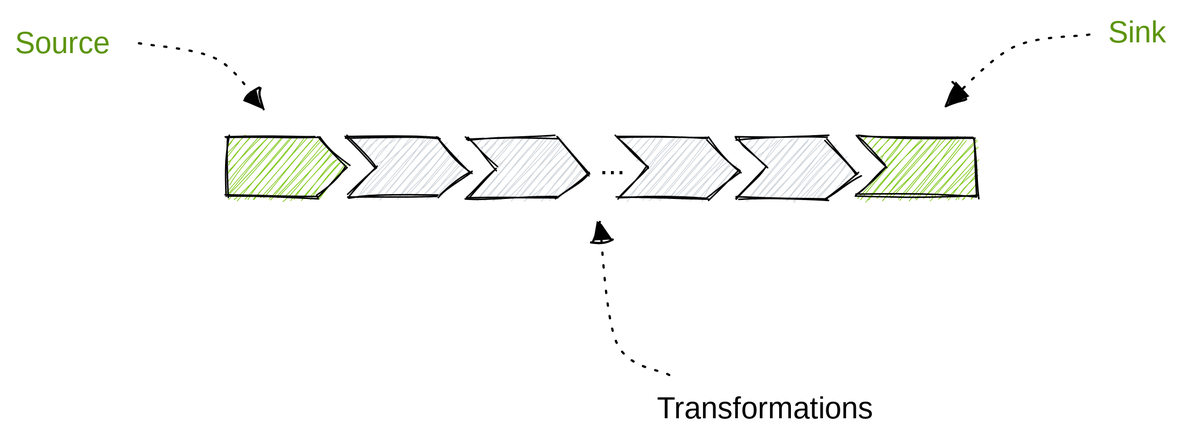
Before: web/docs/understand/language/pipeline-structure.excalidraw.svg, a diagram exported from Excalidraw (tenzir/tenzir). Source tidied: one line per element, renumbered; positions are measured from the earlier drawing's top-left corner, leaving out a move shared by most shapes.
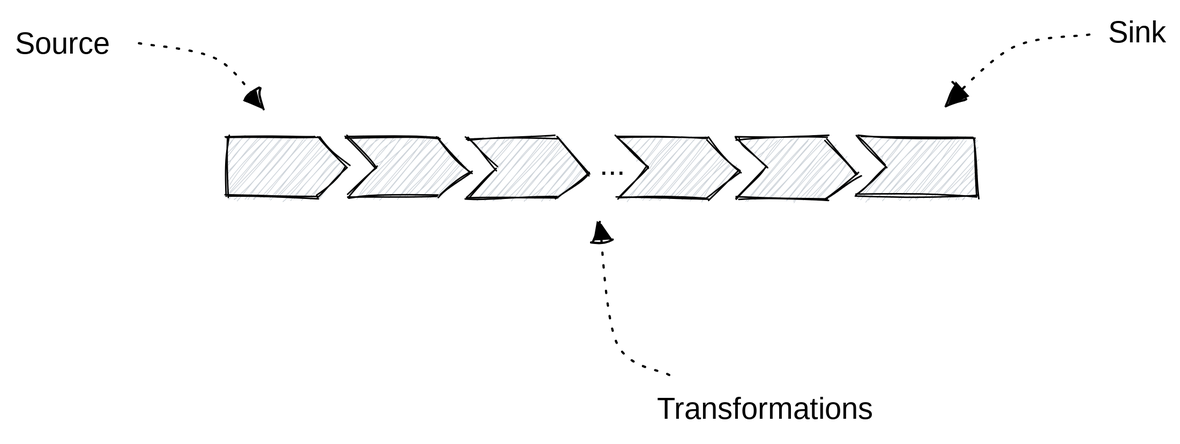
Later version of the same file.

The edit, as a diff of the source:
```diff
@@ -1,10 +1,10 @@
-{"id": 0, "type": "line", "strokeColor": "#000000", "backgroundColor": "#82c91e", "fillStyle": "hachure", "strokeWidth": 1, "roughness": 1, "x": 141, "y": 81, "width": 80, "height": 40, "points": [[0, 0], [0, 40], [60, 40], [80, 20], [60, 0], [0, 0]]}
+{"id": 0, "type": "line", "strokeColor": "#000000", "backgroundColor": "#ced4da", "fillStyle": "hachure", "strokeWidth": 1, "roughness": 1, "x": 141, "y": 81, "width": 80, "height": 40, "points": [[0, 0], [0, 40], [60, 40], [80, 20], [60, 0], [0, 0]]}
 {"id": 1, "type": "line", "strokeColor": "#000000", "backgroundColor": "#ced4da", "fillStyle": "hachure", "strokeWidth": 1, "roughness": 1, "x": 302, "y": 82, "width": 82, "height": 40, "points": [[0, 0], [20, 20], [0, 40], [60, 40], [82, 24], [60, 0], [0, 0]]}
 {"id": 2, "type": "line", "strokeColor": "#000000", "backgroundColor": "#ced4da", "fillStyle": "hachure", "strokeWidth": 1, "roughness": 1, "x": 401, "y": 82, "width": 82, "height": 40, "points": [[0, 0], [20, 20], [0, 40], [60, 40], [82, 24], [60, 0], [0, 0]]}
-{"id": 3, "type": "line", "strokeColor": "#000000", "backgroundColor": "#82c91e", "fillStyle": "hachure", "strokeWidth": 1, "roughness": 1, "x": 562, "y": 81, "width": 80, "height": 40, "points": [[0, 0], [18, 20], [-2, 40], [78, 40], [78, 2], [0, 0]]}
+{"id": 3, "type": "line", "strokeColor": "#000000", "backgroundColor": "#ced4da", "fillStyle": "hachure", "strokeWidth": 1, "roughness": 1, "x": 562, "y": 81, "width": 80, "height": 40, "points": [[0, 0], [18, 20], [-2, 40], [78, 40], [78, 2], [0, 0]]}
 {"id": 4, "type": "text", "text": "...", "strokeColor": "#000000", "backgroundColor": "#15aabf", "fillStyle": "hachure", "strokeWidth": 1, "strokeStyle": "dotted", "roughness": 1, "fontSize": 20, "fontFamily": 1, "x": 390, "y": 88, "width": 18, "height": 25}
-{"id": 5, "type": "text", "text": "Source", "strokeColor": "#5c940d", "backgroundColor": "#82c91e", "fillStyle": "hachure", "strokeWidth": 1, "strokeStyle": "dotted", "roughness": 1, "fontSize": 20, "fontFamily": 1, "x": 0, "y": 7, "width": 66, "height": 25}
+{"id": 5, "type": "text", "text": "Source", "strokeColor": "#000000", "backgroundColor": "#82c91e", "fillStyle": "hachure", "strokeWidth": 1, "strokeStyle": "dotted", "roughness": 1, "fontSize": 20, "fontFamily": 1, "x": 0, "y": 7, "width": 66, "height": 25}
-{"id": 6, "type": "text", "text": "Sink", "strokeColor": "#5c940d", "backgroundColor": "#82c91e", "fillStyle": "hachure", "strokeWidth": 1, "strokeStyle": "dotted", "roughness": 1, "fontSize": 20, "fontFamily": 1, "x": 728, "y": 0, "width": 38, "height": 25}
+{"id": 6, "type": "text", "text": "Sink", "strokeColor": "#000000", "backgroundColor": "#82c91e", "fillStyle": "hachure", "strokeWidth": 1, "strokeStyle": "dotted", "roughness": 1, "fontSize": 20, "fontFamily": 1, "x": 728, "y": 0, "width": 38, "height": 25}
 {"id": 7, "type": "text", "text": "Transformations", "strokeColor": "#000000", "backgroundColor": "#82c91e", "fillStyle": "hachure", "strokeWidth": 1, "strokeStyle": "dotted", "roughness": 1, "fontSize": 20, "fontFamily": 1, "x": 428, "y": 251, "width": 163, "height": 25}
 {"id": 8, "type": "arrow", "strokeColor": "#000000", "backgroundColor": "#82c91e", "fillStyle": "hachure", "strokeWidth": 1, "strokeStyle": "dotted", "roughness": 1, "endArrowhead": "triangle", "round": true, "from": 7, "x": 437, "y": 240, "width": 46, "height": 101, "points": [[0, 0], [-37, -21], [-46, -101]]}
 {"id": 9, "type": "arrow", "strokeColor": "#000000", "backgroundColor": "#82c91e", "fillStyle": "hachure", "strokeWidth": 1, "strokeStyle": "dotted", "roughness": 1, "endArrowhead": "triangle", "round": true, "x": 83, "y": 19, "width": 83, "height": 43, "points": [[0, 0], [53, 10], [83, 43]]}
```
